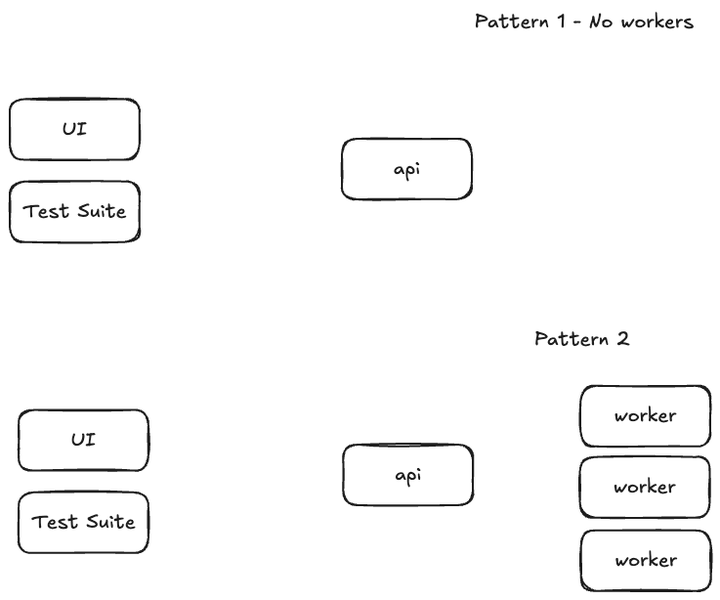
deyarchit/work-distribution-patterns keeps this Excalidraw diagram as docs/overview.excalidraw.png. Above is the earlier version. Source tidied: one line per element, renumbered; positions are measured from the earlier drawing's top-left corner, leaving out a move shared by most shapes. The source it was exported from:
```json
{"id": 0, "type": "rectangle", "strokeColor": "#1e1e1e", "strokeWidth": 2, "roughness": 1, "round": true, "x": 341, "y": 445, "width": 133, "height": 62}
{"id": 1, "type": "text", "text": "api", "strokeColor": "#1e1e1e", "strokeWidth": 2, "roughness": 1, "fontSize": 20, "fontFamily": 5, "textAlign": "center", "verticalAlign": "middle", "inside": 0, "x": 394, "y": 464, "width": 27, "height": 25}
{"id": 2, "type": "text", "text": "Pattern 1 - No workers", "strokeColor": "#1e1e1e", "strokeWidth": 2, "roughness": 1, "fontSize": 20, "fontFamily": 5, "x": 476, "y": 0, "width": 224, "height": 25}
{"id": 3, "type": "text", "text": "Pattern 2", "strokeColor": "#1e1e1e", "strokeWidth": 2, "roughness": 1, "fontSize": 20, "fontFamily": 5, "x": 537, "y": 326, "width": 98, "height": 25}
{"id": 4, "type": "rectangle", "strokeColor": "#1e1e1e", "strokeWidth": 2, "roughness": 1, "round": true, "x": 584, "y": 385, "width": 133, "height": 62}
{"id": 5, "type": "text", "text": "worker", "strokeColor": "#1e1e1e", "strokeWidth": 2, "roughness": 1, "fontSize": 20, "fontFamily": 5, "textAlign": "center", "verticalAlign": "middle", "inside": 4, "x": 619, "y": 403, "width": 64, "height": 25}
{"id": 6, "type": "rectangle", "strokeColor": "#1e1e1e", "strokeWidth": 2, "roughness": 1, "round": true, "x": 584, "y": 458, "width": 133, "height": 62}
{"id": 7, "type": "text", "text": "worker", "strokeColor": "#1e1e1e", "strokeWidth": 2, "roughness": 1, "fontSize": 20, "fontFamily": 5, "textAlign": "center", "verticalAlign": "middle", "inside": 6, "x": 618, "y": 476, "width": 64, "height": 25}
{"id": 8, "type": "rectangle", "strokeColor": "#1e1e1e", "strokeWidth": 2, "roughness": 1, "round": true, "x": 585, "y": 533, "width": 133, "height": 62}
{"id": 9, "type": "text", "text": "worker", "strokeColor": "#1e1e1e", "strokeWidth": 2, "roughness": 1, "fontSize": 20, "fontFamily": 5, "textAlign": "center", "verticalAlign": "middle", "inside": 8, "x": 619, "y": 551, "width": 64, "height": 25}
{"id": 10, "type": "rectangle", "strokeColor": "#1e1e1e", "strokeWidth": 2, "roughness": 1, "round": true, "x": 340, "y": 132, "width": 133, "height": 62}
{"id": 11, "type": "text", "text": "api", "strokeColor": "#1e1e1e", "strokeWidth": 2, "roughness": 1, "fontSize": 20, "fontFamily": 5, "textAlign": "center", "verticalAlign": "middle", "inside": 10, "x": 393, "y": 151, "width": 27, "height": 25}
{"id": 12, "type": "rectangle", "strokeColor": "#1e1e1e", "strokeWidth": 2, "roughness": 1, "round": true, "x": 0, "y": 91, "width": 133, "height": 62}
{"id": 13, "type": "text", "text": "UI", "strokeColor": "#1e1e1e", "strokeWidth": 2, "roughness": 1, "fontSize": 20, "fontFamily": 5, "textAlign": "center", "verticalAlign": "middle", "inside": 12, "x": 54, "y": 110, "width": 25, "height": 25}
{"id": 14, "type": "rectangle", "strokeColor": "#1e1e1e", "strokeWidth": 2, "roughness": 1, "round": true, "x": 0, "y": 176, "width": 133, "height": 62}
{"id": 15, "type": "text", "text": "Test Suite", "strokeColor": "#1e1e1e", "strokeWidth": 2, "roughness": 1, "fontSize": 20, "fontFamily": 5, "textAlign": "center", "verticalAlign": "middle", "inside": 14, "x": 13, "y": 194, "width": 106, "height": 25}
{"id": 16, "type": "rectangle", "strokeColor": "#1e1e1e", "strokeWidth": 2, "roughness": 1, "round": true, "x": 9, "y": 410, "width": 133, "height": 62}
{"id": 17, "type": "text", "text": "UI", "strokeColor": "#1e1e1e", "strokeWidth": 2, "roughness": 1, "fontSize": 20, "fontFamily": 5, "textAlign": "center", "verticalAlign": "middle", "inside": 16, "x": 63, "y": 428, "width": 25, "height": 25}
{"id": 18, "type": "rectangle", "strokeColor": "#1e1e1e", "strokeWidth": 2, "roughness": 1, "round": true, "x": 9, "y": 494, "width": 133, "height": 62}
{"id": 19, "type": "text", "text": "Test Suite", "strokeColor": "#1e1e1e", "strokeWidth": 2, "roughness": 1, "fontSize": 20, "fontFamily": 5, "textAlign": "center", "verticalAlign": "middle", "inside": 18, "x": 22, "y": 512, "width": 106, "height": 25}
```
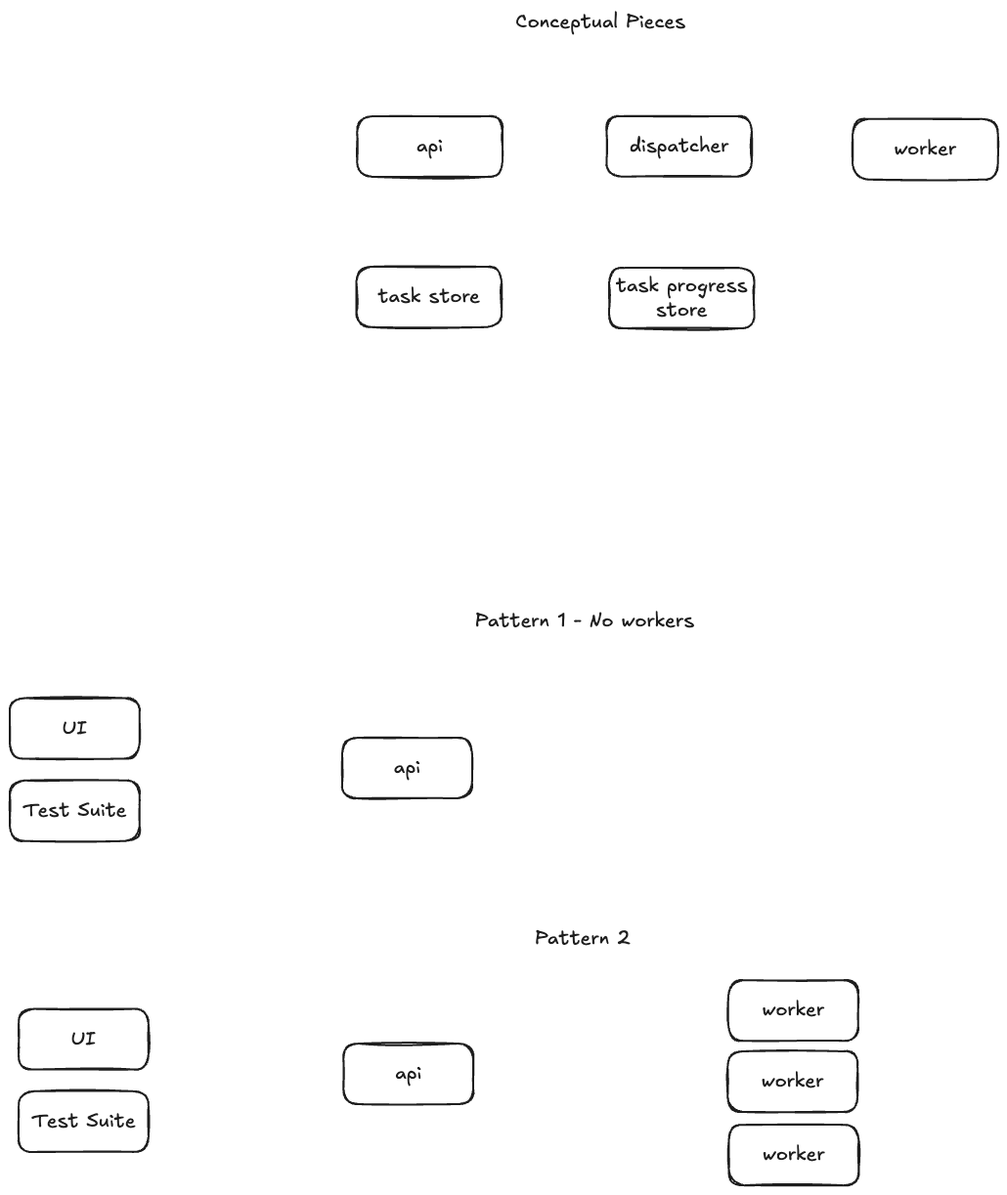
The same diagram one commit later.

The edit, as a diff of the source:
```diff
@@ -2,12 +2,12 @@
 {"id": 1, "type": "text", "text": "api", "strokeColor": "#1e1e1e", "strokeWidth": 2, "roughness": 1, "fontSize": 20, "fontFamily": 5, "textAlign": "center", "verticalAlign": "middle", "inside": 0, "x": 394, "y": 464, "width": 27, "height": 25}
 {"id": 2, "type": "text", "text": "Pattern 1 - No workers", "strokeColor": "#1e1e1e", "strokeWidth": 2, "roughness": 1, "fontSize": 20, "fontFamily": 5, "x": 476, "y": 0, "width": 224, "height": 25}
 {"id": 3, "type": "text", "text": "Pattern 2", "strokeColor": "#1e1e1e", "strokeWidth": 2, "roughness": 1, "fontSize": 20, "fontFamily": 5, "x": 537, "y": 326, "width": 98, "height": 25}
-{"id": 4, "type": "rectangle", "strokeColor": "#1e1e1e", "strokeWidth": 2, "roughness": 1, "round": true, "x": 584, "y": 385, "width": 133, "height": 62}
+{"id": 4, "type": "rectangle", "strokeColor": "#1e1e1e", "strokeWidth": 2, "roughness": 1, "round": true, "x": 735, "y": 380, "width": 133, "height": 62}
-{"id": 5, "type": "text", "text": "worker", "strokeColor": "#1e1e1e", "strokeWidth": 2, "roughness": 1, "fontSize": 20, "fontFamily": 5, "textAlign": "center", "verticalAlign": "middle", "inside": 4, "x": 619, "y": 403, "width": 64, "height": 25}
+{"id": 5, "type": "text", "text": "worker", "strokeColor": "#1e1e1e", "strokeWidth": 2, "roughness": 1, "fontSize": 20, "fontFamily": 5, "textAlign": "center", "verticalAlign": "middle", "inside": 4, "x": 770, "y": 399, "width": 64, "height": 25}
-{"id": 6, "type": "rectangle", "strokeColor": "#1e1e1e", "strokeWidth": 2, "roughness": 1, "round": true, "x": 584, "y": 458, "width": 133, "height": 62}
+{"id": 6, "type": "rectangle", "strokeColor": "#1e1e1e", "strokeWidth": 2, "roughness": 1, "round": true, "x": 734, "y": 453, "width": 133, "height": 62}
-{"id": 7, "type": "text", "text": "worker", "strokeColor": "#1e1e1e", "strokeWidth": 2, "roughness": 1, "fontSize": 20, "fontFamily": 5, "textAlign": "center", "verticalAlign": "middle", "inside": 6, "x": 618, "y": 476, "width": 64, "height": 25}
+{"id": 7, "type": "text", "text": "worker", "strokeColor": "#1e1e1e", "strokeWidth": 2, "roughness": 1, "fontSize": 20, "fontFamily": 5, "textAlign": "center", "verticalAlign": "middle", "inside": 6, "x": 769, "y": 471, "width": 64, "height": 25}
-{"id": 8, "type": "rectangle", "strokeColor": "#1e1e1e", "strokeWidth": 2, "roughness": 1, "round": true, "x": 585, "y": 533, "width": 133, "height": 62}
+{"id": 8, "type": "rectangle", "strokeColor": "#1e1e1e", "strokeWidth": 2, "roughness": 1, "round": true, "x": 736, "y": 528, "width": 133, "height": 62}
-{"id": 9, "type": "text", "text": "worker", "strokeColor": "#1e1e1e", "strokeWidth": 2, "roughness": 1, "fontSize": 20, "fontFamily": 5, "textAlign": "center", "verticalAlign": "middle", "inside": 8, "x": 619, "y": 551, "width": 64, "height": 25}
+{"id": 9, "type": "text", "text": "worker", "strokeColor": "#1e1e1e", "strokeWidth": 2, "roughness": 1, "fontSize": 20, "fontFamily": 5, "textAlign": "center", "verticalAlign": "middle", "inside": 8, "x": 770, "y": 547, "width": 64, "height": 25}
 {"id": 10, "type": "rectangle", "strokeColor": "#1e1e1e", "strokeWidth": 2, "roughness": 1, "round": true, "x": 340, "y": 132, "width": 133, "height": 62}
 {"id": 11, "type": "text", "text": "api", "strokeColor": "#1e1e1e", "strokeWidth": 2, "roughness": 1, "fontSize": 20, "fontFamily": 5, "textAlign": "center", "verticalAlign": "middle", "inside": 10, "x": 393, "y": 151, "width": 27, "height": 25}
 {"id": 12, "type": "rectangle", "strokeColor": "#1e1e1e", "strokeWidth": 2, "roughness": 1, "round": true, "x": 0, "y": 91, "width": 133, "height": 62}
@@ -18,3 +18,14 @@
 {"id": 17, "type": "text", "text": "UI", "strokeColor": "#1e1e1e", "strokeWidth": 2, "roughness": 1, "fontSize": 20, "fontFamily": 5, "textAlign": "center", "verticalAlign": "middle", "inside": 16, "x": 63, "y": 428, "width": 25, "height": 25}
 {"id": 18, "type": "rectangle", "strokeColor": "#1e1e1e", "strokeWidth": 2, "roughness": 1, "round": true, "x": 9, "y": 494, "width": 133, "height": 62}
 {"id": 19, "type": "text", "text": "Test Suite", "strokeColor": "#1e1e1e", "strokeWidth": 2, "roughness": 1, "fontSize": 20, "fontFamily": 5, "textAlign": "center", "verticalAlign": "middle", "inside": 18, "x": 22, "y": 512, "width": 106, "height": 25}
+{"id": 20, "type": "text", "text": "Conceptual Pieces", "strokeColor": "#1e1e1e", "strokeWidth": 2, "roughness": 1, "fontSize": 20, "fontFamily": 5, "x": 517, "y": -613, "width": 174, "height": 25}
+{"id": 21, "type": "rectangle", "strokeColor": "#1e1e1e", "strokeWidth": 2, "roughness": 1, "round": true, "x": 355, "y": -504, "width": 149, "height": 62}
+{"id": 22, "type": "text", "text": "api", "strokeColor": "#1e1e1e", "strokeWidth": 2, "roughness": 1, "fontSize": 20, "fontFamily": 5, "textAlign": "center", "verticalAlign": "middle", "inside": 21, "x": 416, "y": -486, "width": 27, "height": 25}
+{"id": 23, "type": "rectangle", "strokeColor": "#1e1e1e", "strokeWidth": 2, "roughness": 1, "round": true, "x": 610, "y": -504, "width": 149, "height": 62}
+{"id": 24, "type": "text", "text": "dispatcher", "strokeColor": "#1e1e1e", "strokeWidth": 2, "roughness": 1, "fontSize": 20, "fontFamily": 5, "textAlign": "center", "verticalAlign": "middle", "inside": 23, "x": 634, "y": -486, "width": 102, "height": 25}
+{"id": 25, "type": "rectangle", "strokeColor": "#1e1e1e", "strokeWidth": 2, "roughness": 1, "round": true, "x": 355, "y": -350, "width": 149, "height": 62}
+{"id": 26, "type": "text", "text": "task store", "strokeColor": "#1e1e1e", "strokeWidth": 2, "roughness": 1, "fontSize": 20, "fontFamily": 5, "textAlign": "center", "verticalAlign": "middle", "inside": 25, "x": 376, "y": -332, "width": 105, "height": 25}
+{"id": 27, "type": "rectangle", "strokeColor": "#1e1e1e", "strokeWidth": 2, "roughness": 1, "round": true, "x": 862, "y": -501, "width": 149, "height": 62}
+{"id": 28, "type": "text", "text": "worker", "strokeColor": "#1e1e1e", "strokeWidth": 2, "roughness": 1, "fontSize": 20, "fontFamily": 5, "textAlign": "center", "verticalAlign": "middle", "inside": 27, "x": 905, "y": -483, "width": 64, "height": 25}
+{"id": 29, "type": "rectangle", "strokeColor": "#1e1e1e", "strokeWidth": 2, "roughness": 1, "round": true, "x": 613, "y": -349, "width": 149, "height": 62}
+{"id": 30, "type": "text", "text": "task progress\nstore", "strokeColor": "#1e1e1e", "strokeWidth": 2, "roughness": 1, "fontSize": 20, "fontFamily": 5, "textAlign": "center", "verticalAlign": "middle", "inside": 29, "x": 620, "y": -343, "width": 134, "height": 50}
```
